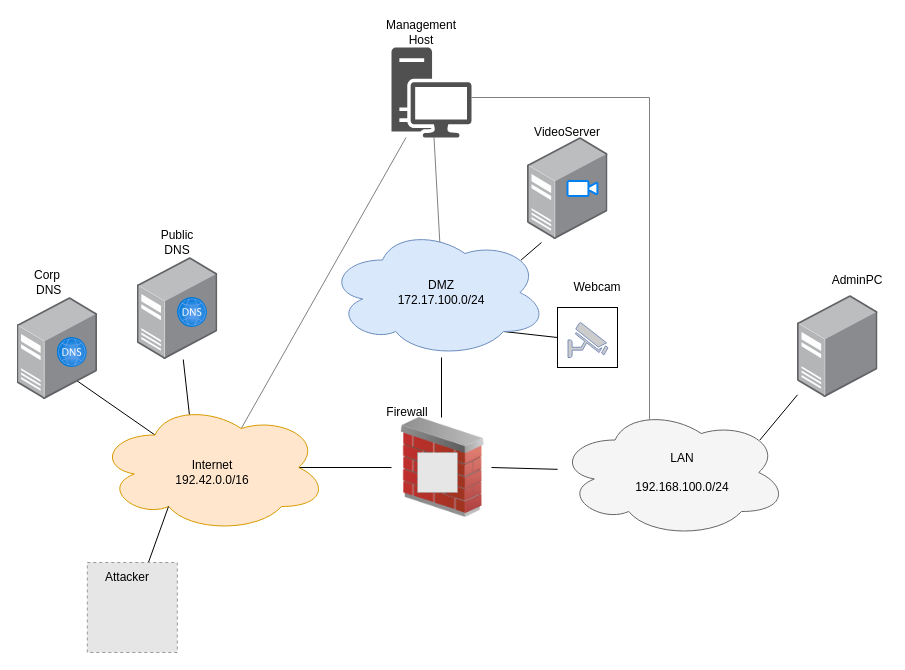
The draw.io diagram docs/images/AttackBed-Videoserver.drawio in ait-testbed/attackbed, before the edit. Source tidied: cells renumbered, new cells numbered last; positions are measured from the earlier drawing's top-left corner, leaving out a move shared by most shapes. Both pictures are drawn from the tidied source at 100%, with x=0, y=0 at pixel (17, 17). Pictures stored in the file or linked from it are replaced by grey dashed boxes.
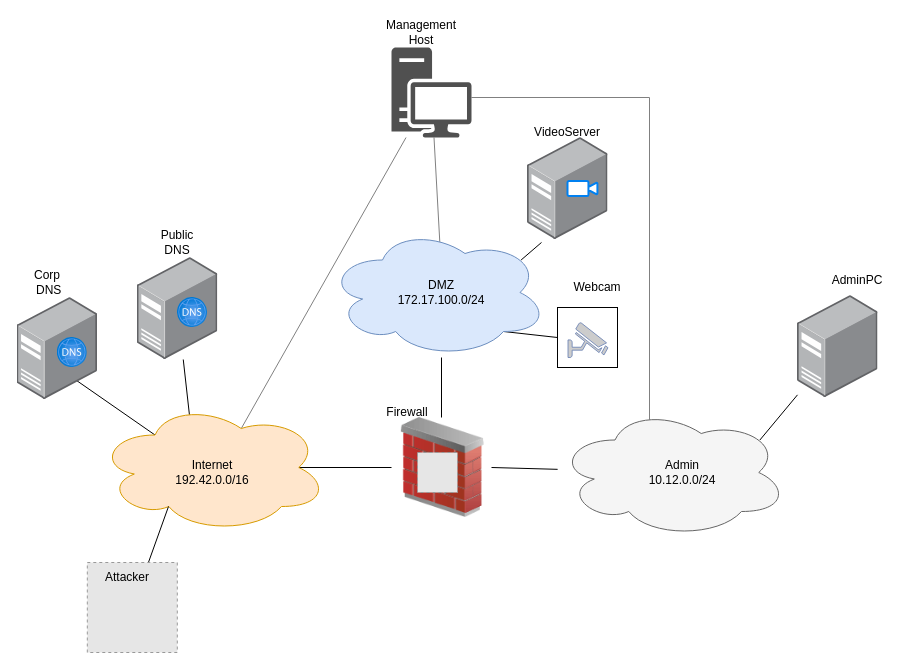
The same diagram, later.

Commit message (it also covers changes not shown here):
update images with admin network

Change to the diagram source:
```diff
@@
-    <mxCell id="23" value="LAN&lt;br&gt;    &lt;br/&gt;    192.168.100.0/24" style="text;strokeColor=none;align=center;fillColor=none;html=1;verticalAlign=middle;whiteSpace=wrap;rounded=0;" parent="1" vertex="1">
+    <mxCell id="23" value="Admin&lt;br&gt;    10.12.0.0/24" style="text;strokeColor=none;align=center;fillColor=none;html=1;verticalAlign=middle;whiteSpace=wrap;rounded=0;" parent="1" vertex="1">
       <mxGeometry x="620" y="435" width="90" height="40" as="geometry" />
     </mxCell>
```
